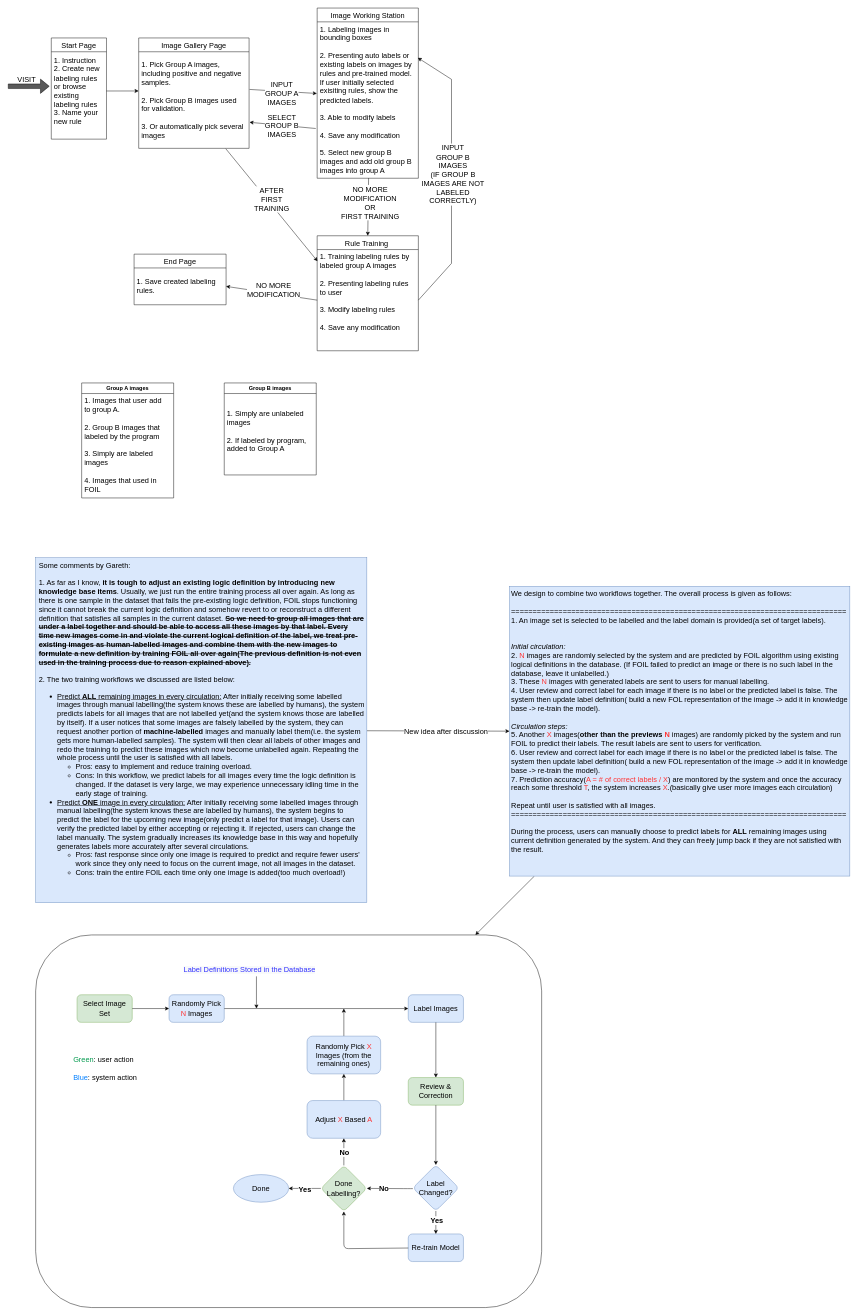
Above: page "Scratch" (5 of 5) of architecture.drawio in Neural-Symbolic-Image-Labeling/NSILWeb (draw.io), before the change. Source tidied: cells renumbered, new cells numbered last; positions are measured from the earlier drawing's top-left corner, leaving out a move shared by most shapes. Both pictures are drawn from the tidied source at 46%, with x=0, y=0 at pixel (8, 8).
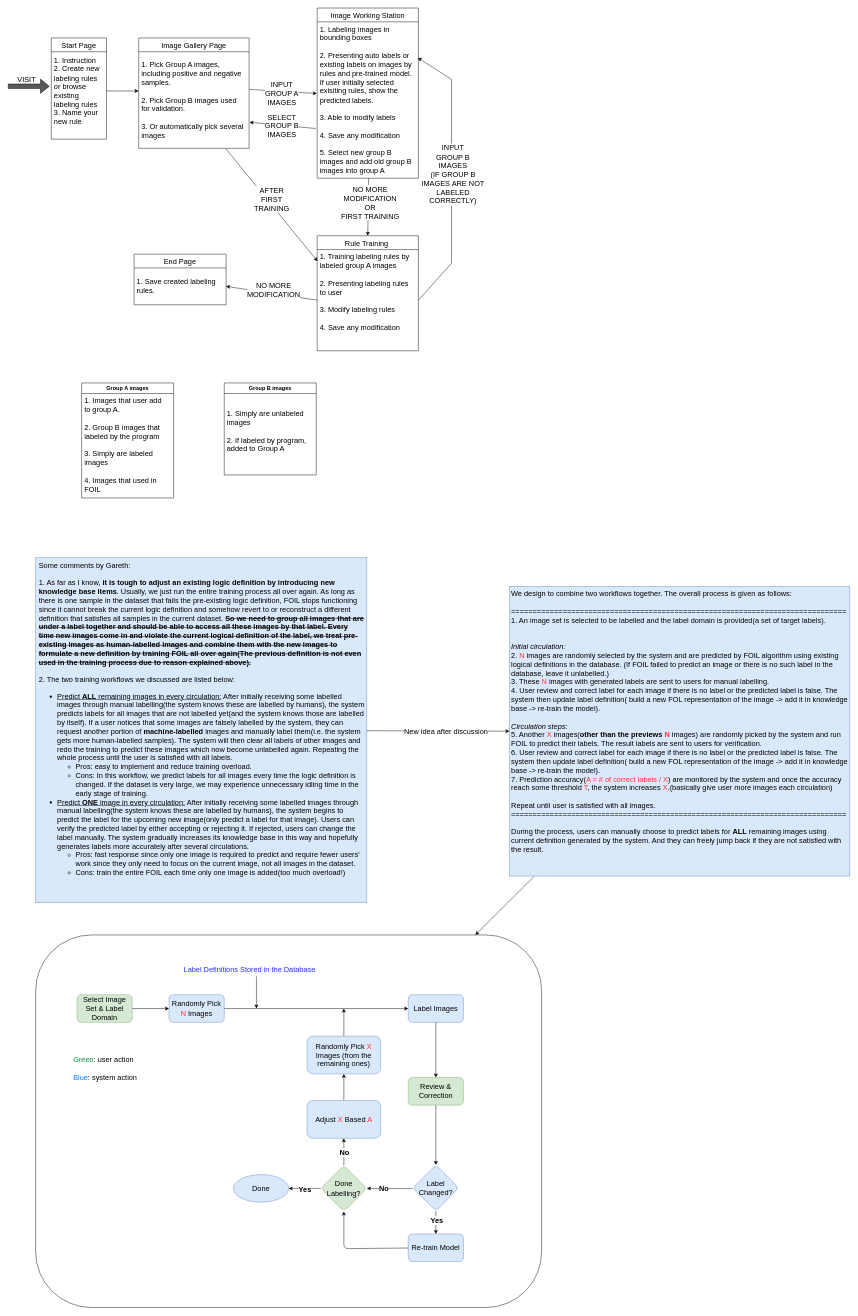
The same page after the edit.

Commit message:
update flow chart

The change refers to these unchanged cells:
```xml
<mxCell id="38" style="group;" parent="1" vertex="1">
  <mxGeometry x="60" y="2015" width="1100" height="810" as="geometry" />
</mxCell>
```

Diff of the diagram source:
```diff
@@
-    <mxCell id="40" value="Select Image Set" style="rounded=1;whiteSpace=wrap;html=1;fontSize=16;fillColor=#d5e8d4;strokeColor=#82b366;" parent="38" vertex="1">
+    <mxCell id="40" value="Select Image Set &amp;amp; Label Domain" style="rounded=1;whiteSpace=wrap;html=1;fontSize=16;fillColor=#d5e8d4;strokeColor=#82b366;" parent="38" vertex="1">
       <mxGeometry x="90" y="130" width="120" height="60" as="geometry" />
     </mxCell>
```
